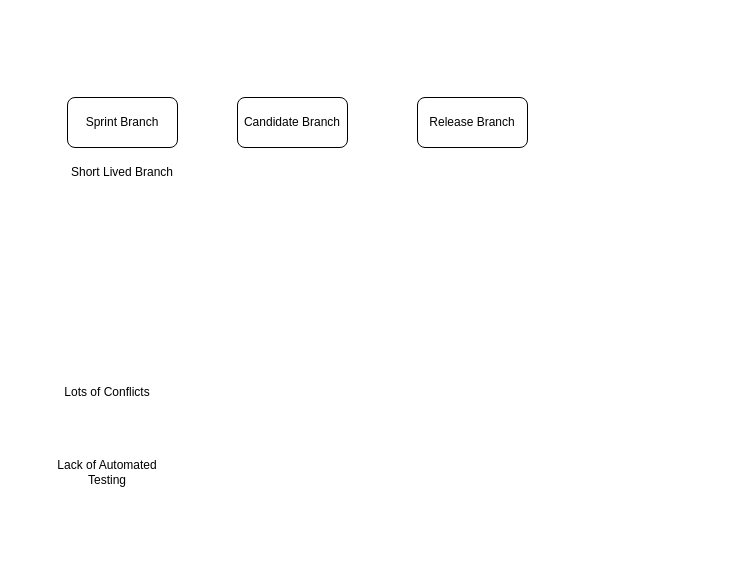
Earlier version of the draw.io diagram page "UI Branching" (5 of 5) of kroger.drawio (aayush-tuladhar-kr/drawio). Source tidied: cells renumbered, new cells numbered last; positions are measured from the earlier drawing's top-left corner, leaving out a move shared by most shapes. Both pictures are drawn from the tidied source at 100%, with x=0, y=0 at pixel (47, 97).
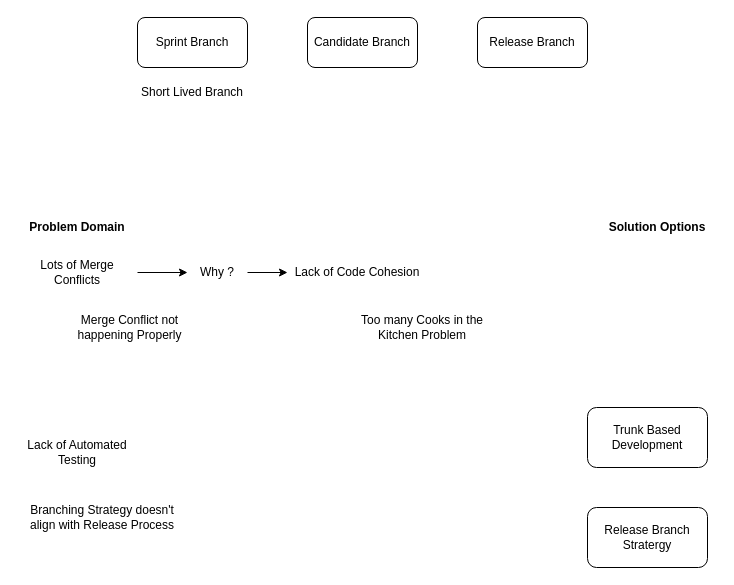
After the change.

Diff of the diagram source:
```diff
@@
 <mxGraphModel>
   <root>
     <mxCell id="0" />
     <mxCell id="1" parent="0" />
     <mxCell id="2" value="Sprint Branch" style="rounded=1;whiteSpace=wrap;html=1;" parent="1" vertex="1">
-      <mxGeometry x="20" width="110" height="50" as="geometry" />
+      <mxGeometry x="90" y="-80" width="110" height="50" as="geometry" />
     </mxCell>
+    <mxCell id="8" style="edgeStyle=orthogonalEdgeStyle;rounded=0;jettySize=auto;html=1;" parent="1" edge="1" source="3" target="13">
+      <mxGeometry relative="1" as="geometry" />
+    </mxCell>
-    <mxCell id="3" value="Lots of Conflicts" style="text;html=1;align=center;verticalAlign=middle;whiteSpace=wrap;rounded=0;" parent="1" vertex="1">
-      <mxGeometry y="280" width="120" height="30" as="geometry" />
+    <mxCell id="3" value="Lots of Merge Conflicts" style="text;html=1;align=center;verticalAlign=middle;whiteSpace=wrap;rounded=0;" parent="1" vertex="1">
+      <mxGeometry x="-30" y="160" width="120" height="30" as="geometry" />
     </mxCell>
     <mxCell id="4" value="Release Branch" style="rounded=1;whiteSpace=wrap;html=1;" parent="1" vertex="1">
-      <mxGeometry x="370" width="110" height="50" as="geometry" />
+      <mxGeometry x="430" y="-80" width="110" height="50" as="geometry" />
     </mxCell>
     <mxCell id="5" value="Candidate Branch" style="rounded=1;whiteSpace=wrap;html=1;" parent="1" vertex="1">
-      <mxGeometry x="190" width="110" height="50" as="geometry" />
+      <mxGeometry x="260" y="-80" width="110" height="50" as="geometry" />
     </mxCell>
     <mxCell id="6" value="Short Lived Branch" style="text;html=1;align=center;verticalAlign=middle;whiteSpace=wrap;rounded=0;" parent="1" vertex="1">
-      <mxGeometry x="20" y="60" width="110" height="30" as="geometry" />
+      <mxGeometry x="90" y="-20" width="110" height="30" as="geometry" />
     </mxCell>
     <mxCell id="7" value="Lack of Automated Testing" style="text;html=1;align=center;verticalAlign=middle;whiteSpace=wrap;rounded=0;" parent="1" vertex="1">
-      <mxGeometry y="360" width="120" height="30" as="geometry" />
+      <mxGeometry x="-30" y="340" width="120" height="30" as="geometry" />
     </mxCell>
+    <mxCell id="9" value="Branching Strategy doesn't align with Release Process" style="text;html=1;align=center;verticalAlign=middle;whiteSpace=wrap;rounded=0;" parent="1" vertex="1">
+      <mxGeometry x="-30" y="400" width="170" height="40" as="geometry" />
+    </mxCell>
+    <mxCell id="10" value="Trunk Based Development" style="rounded=1;whiteSpace=wrap;html=1;" parent="1" vertex="1">
+      <mxGeometry x="540" y="310" width="120" height="60" as="geometry" />
+    </mxCell>
+    <mxCell id="11" value="Release Branch Stratergy" style="rounded=1;whiteSpace=wrap;html=1;" parent="1" vertex="1">
+      <mxGeometry x="540" y="410" width="120" height="60" as="geometry" />
+    </mxCell>
+    <mxCell id="12" style="edgeStyle=orthogonalEdgeStyle;rounded=0;jettySize=auto;html=1;" parent="1" edge="1" source="13" target="14">
+      <mxGeometry relative="1" as="geometry" />
+    </mxCell>
+    <mxCell id="13" value="Why ?" style="text;html=1;align=center;verticalAlign=middle;whiteSpace=wrap;rounded=0;" parent="1" vertex="1">
+      <mxGeometry x="140" y="160" width="60" height="30" as="geometry" />
+    </mxCell>
+    <mxCell id="14" value="Lack of Code Cohesion" style="text;html=1;align=center;verticalAlign=middle;whiteSpace=wrap;rounded=0;" parent="1" vertex="1">
+      <mxGeometry x="240" y="160" width="140" height="30" as="geometry" />
+    </mxCell>
+    <mxCell id="15" value="Problem Domain" style="text;html=1;align=center;verticalAlign=middle;whiteSpace=wrap;rounded=0;fontStyle=1;" parent="1" vertex="1">
+      <mxGeometry x="-30" y="120" width="120" height="20" as="geometry" />
+    </mxCell>
+    <mxCell id="16" value="Solution Options" style="text;html=1;align=center;verticalAlign=middle;whiteSpace=wrap;rounded=0;fontStyle=1;" parent="1" vertex="1">
+      <mxGeometry x="550" y="120" width="120" height="20" as="geometry" />
+    </mxCell>
+    <mxCell id="17" value="Merge Conflict not happening Properly" style="text;html=1;align=center;verticalAlign=middle;whiteSpace=wrap;rounded=0;" parent="1" vertex="1">
+      <mxGeometry x="25" y="210" width="115" height="40" as="geometry" />
+    </mxCell>
+    <mxCell id="18" value="Too many Cooks in the Kitchen Problem" style="text;html=1;align=center;verticalAlign=middle;whiteSpace=wrap;rounded=0;" parent="1" vertex="1">
+      <mxGeometry x="310" y="205" width="130" height="50" as="geometry" />
+    </mxCell>
   </root>
 </mxGraphModel>
```
